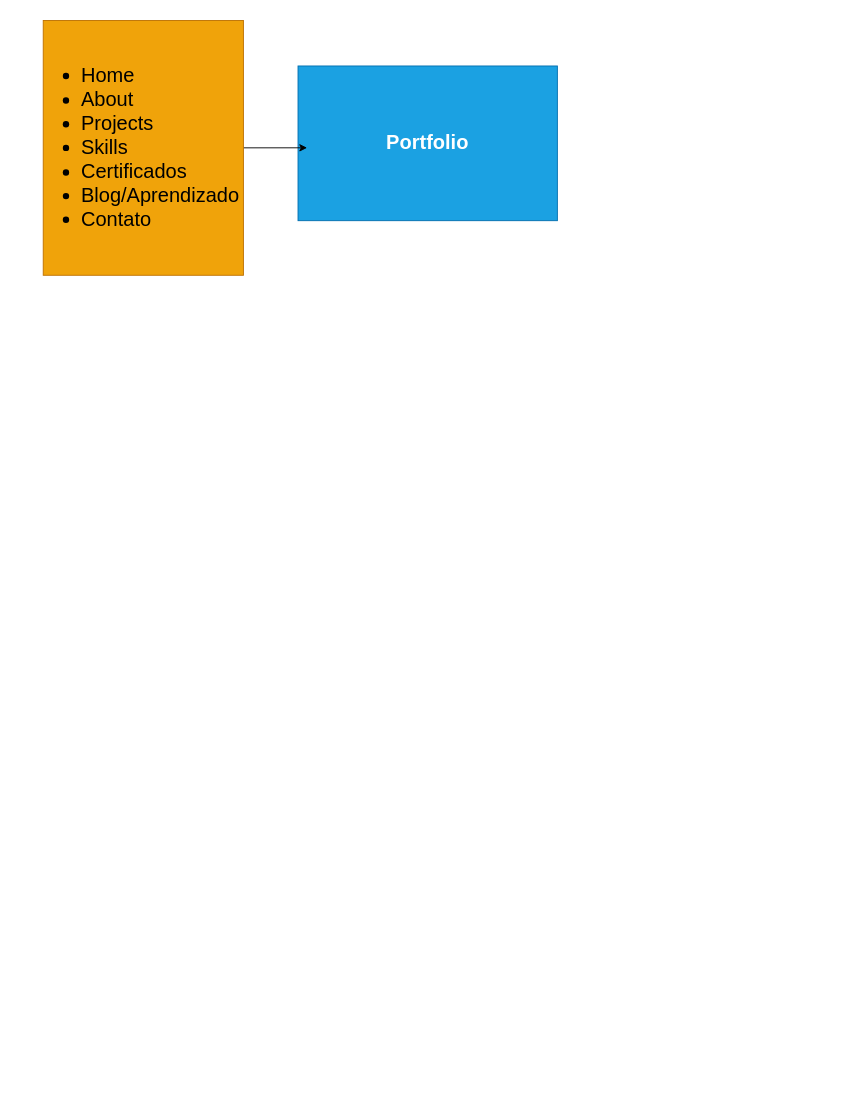
Above: LandingPage/mapa.drawio in Eduardo-Alves-0/Portf-lio (draw.io), before the change. Source tidied: cells renumbered, new cells numbered last; positions are measured from the earlier drawing's top-left corner, leaving out a move shared by most shapes. Both pictures are drawn from the tidied source at 91%, with x=0, y=0 at pixel (43, 20).
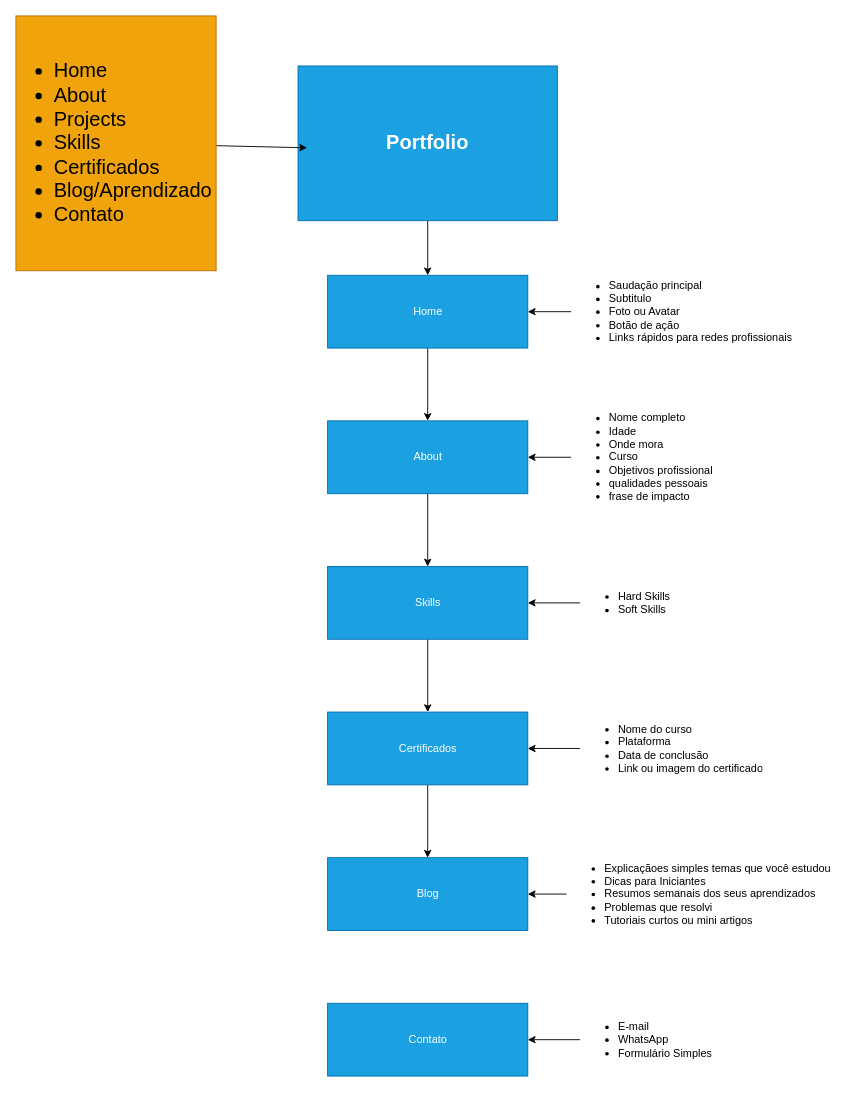
The same diagram, later.

Commit message:
Atualização do mapa mental

The change refers to these unchanged cells:
```xml
<mxCell id="2" value="&lt;font size=&quot;1&quot; style=&quot;&quot;&gt;&lt;b style=&quot;font-size: 22px;&quot;&gt;Portfolio&lt;/b&gt;&lt;/font&gt;" style="rounded=0;whiteSpace=wrap;html=1;fillColor=#1ba1e2;fontColor=#ffffff;strokeColor=#006EAF;" parent="1" vertex="1">
  <mxGeometry x="280" y="50" width="285" height="170" as="geometry" />
</mxCell>
```

The edit, as a diff of the source:
```diff
@@
+    <mxCell id="5" style="edgeStyle=none;html=1;" parent="1" edge="1" source="2" target="7">
+      <mxGeometry relative="1" as="geometry" />
+    </mxCell>
@@
     <mxCell id="4" value="&lt;ul&gt;&lt;li&gt;Home&lt;/li&gt;&lt;li&gt;About&lt;/li&gt;&lt;li&gt;Projects&lt;/li&gt;&lt;li&gt;Skills&lt;/li&gt;&lt;li&gt;Certificados&lt;/li&gt;&lt;li&gt;Blog/Aprendizado&lt;/li&gt;&lt;li&gt;Contato&lt;/li&gt;&lt;/ul&gt;" style="text;strokeColor=#BD7000;fillColor=#f0a30a;html=1;whiteSpace=wrap;verticalAlign=middle;overflow=hidden;fontSize=22;fontColor=#000000;" parent="1" vertex="1">
-      <mxGeometry width="220" height="280" as="geometry" />
+      <mxGeometry x="-30" y="-5" width="220" height="280" as="geometry" />
     </mxCell>
+    <mxCell id="6" style="edgeStyle=none;html=1;" parent="1" edge="1" source="7" target="11">
+      <mxGeometry relative="1" as="geometry" />
+    </mxCell>
+    <mxCell id="7" value="Home" style="rounded=0;whiteSpace=wrap;html=1;fillColor=#1ba1e2;fontColor=#ffffff;strokeColor=#006EAF;" parent="1" vertex="1">
+      <mxGeometry x="312.5" y="280" width="220" height="80" as="geometry" />
+    </mxCell>
+    <mxCell id="8" style="edgeStyle=none;html=1;entryX=1;entryY=0.5;entryDx=0;entryDy=0;" parent="1" edge="1" source="9" target="7">
+      <mxGeometry relative="1" as="geometry" />
+    </mxCell>
+    <mxCell id="9" value="&lt;ul&gt;&lt;li&gt;Saudação principal&lt;/li&gt;&lt;li&gt;Subtitulo&lt;/li&gt;&lt;li&gt;Foto ou Avatar&lt;/li&gt;&lt;li&gt;Botão de ação&lt;/li&gt;&lt;li&gt;Links rápidos para redes profissionais&lt;/li&gt;&lt;/ul&gt;" style="text;strokeColor=none;fillColor=none;html=1;whiteSpace=wrap;verticalAlign=middle;overflow=hidden;" parent="1" vertex="1">
+      <mxGeometry x="580" y="255" width="250" height="130" as="geometry" />
+    </mxCell>
+    <mxCell id="10" style="edgeStyle=none;html=1;" parent="1" edge="1" source="11" target="15">
+      <mxGeometry relative="1" as="geometry" />
+    </mxCell>
+    <mxCell id="11" value="About" style="rounded=0;whiteSpace=wrap;html=1;fillColor=#1ba1e2;fontColor=#ffffff;strokeColor=#006EAF;" parent="1" vertex="1">
+      <mxGeometry x="312.5" y="440" width="220" height="80" as="geometry" />
+    </mxCell>
+    <mxCell id="12" style="edgeStyle=none;html=1;entryX=1;entryY=0.5;entryDx=0;entryDy=0;" parent="1" edge="1" source="13" target="11">
+      <mxGeometry relative="1" as="geometry" />
+    </mxCell>
+    <mxCell id="13" value="&lt;ul&gt;&lt;li&gt;Nome completo&lt;/li&gt;&lt;li&gt;Idade&lt;/li&gt;&lt;li&gt;Onde mora&lt;/li&gt;&lt;li&gt;Curso&lt;/li&gt;&lt;li&gt;Objetivos profissional&amp;nbsp;&lt;/li&gt;&lt;li&gt;qualidades pessoais&lt;/li&gt;&lt;li&gt;frase de impacto&lt;/li&gt;&lt;/ul&gt;" style="text;strokeColor=none;fillColor=none;html=1;whiteSpace=wrap;verticalAlign=middle;overflow=hidden;" parent="1" vertex="1">
+      <mxGeometry x="580" y="400" width="280" height="160" as="geometry" />
+    </mxCell>
+    <mxCell id="14" style="edgeStyle=none;html=1;" parent="1" edge="1" source="15" target="19">
+      <mxGeometry relative="1" as="geometry" />
+    </mxCell>
+    <mxCell id="15" value="Skills" style="rounded=0;whiteSpace=wrap;html=1;fillColor=#1ba1e2;fontColor=#ffffff;strokeColor=#006EAF;" parent="1" vertex="1">
+      <mxGeometry x="312.5" y="600" width="220" height="80" as="geometry" />
+    </mxCell>
+    <mxCell id="16" style="edgeStyle=none;html=1;entryX=1;entryY=0.5;entryDx=0;entryDy=0;" parent="1" edge="1" source="17" target="15">
+      <mxGeometry relative="1" as="geometry" />
+    </mxCell>
+    <mxCell id="17" value="&lt;ul&gt;&lt;li&gt;Hard Skills&lt;/li&gt;&lt;li&gt;Soft Skills&lt;/li&gt;&lt;/ul&gt;" style="text;strokeColor=none;fillColor=none;html=1;whiteSpace=wrap;verticalAlign=middle;overflow=hidden;" parent="1" vertex="1">
+      <mxGeometry x="590" y="600" width="100" height="80" as="geometry" />
+    </mxCell>
+    <mxCell id="18" style="edgeStyle=none;html=1;" parent="1" edge="1" source="19" target="22">
+      <mxGeometry relative="1" as="geometry" />
+    </mxCell>
+    <mxCell id="19" value="Certificados" style="rounded=0;whiteSpace=wrap;html=1;fillColor=#1ba1e2;fontColor=#ffffff;strokeColor=#006EAF;" parent="1" vertex="1">
+      <mxGeometry x="312.5" y="760" width="220" height="80" as="geometry" />
+    </mxCell>
+    <mxCell id="20" style="edgeStyle=none;html=1;entryX=1;entryY=0.5;entryDx=0;entryDy=0;" parent="1" edge="1" source="21" target="19">
+      <mxGeometry relative="1" as="geometry" />
+    </mxCell>
+    <mxCell id="21" value="&lt;ul&gt;&lt;li&gt;Nome do curso&lt;/li&gt;&lt;li&gt;Plataforma&lt;/li&gt;&lt;li&gt;Data de conclusão&lt;/li&gt;&lt;li&gt;Link ou imagem do certificado&lt;/li&gt;&lt;/ul&gt;" style="text;strokeColor=none;fillColor=none;html=1;whiteSpace=wrap;verticalAlign=middle;overflow=hidden;" parent="1" vertex="1">
+      <mxGeometry x="590" y="735" width="230" height="130" as="geometry" />
+    </mxCell>
+    <mxCell id="22" value="Blog" style="rounded=0;whiteSpace=wrap;html=1;fillColor=#1ba1e2;fontColor=#ffffff;strokeColor=#006EAF;" parent="1" vertex="1">
+      <mxGeometry x="312.5" y="920" width="220" height="80" as="geometry" />
+    </mxCell>
+    <mxCell id="23" style="edgeStyle=none;html=1;" parent="1" edge="1" source="24" target="22">
+      <mxGeometry relative="1" as="geometry" />
+    </mxCell>
+    <mxCell id="24" value="&lt;ul&gt;&lt;li&gt;Explicaçãoes simples temas que você estudou&lt;/li&gt;&lt;li&gt;Dicas para Iniciantes&lt;/li&gt;&lt;li&gt;Resumos semanais dos seus aprendizados&lt;/li&gt;&lt;li&gt;Problemas que resolvi&amp;nbsp;&lt;/li&gt;&lt;li&gt;Tutoriais curtos ou mini artigos&amp;nbsp;&lt;/li&gt;&lt;/ul&gt;" style="text;strokeColor=none;fillColor=none;html=1;whiteSpace=wrap;verticalAlign=middle;overflow=hidden;" parent="1" vertex="1">
+      <mxGeometry x="575" y="880" width="305" height="160" as="geometry" />
+    </mxCell>
+    <mxCell id="25" value="Contato" style="rounded=0;whiteSpace=wrap;html=1;fillColor=#1ba1e2;fontColor=#ffffff;strokeColor=#006EAF;" parent="1" vertex="1">
+      <mxGeometry x="312.5" y="1080" width="220" height="80" as="geometry" />
+    </mxCell>
+    <mxCell id="26" style="edgeStyle=none;html=1;entryX=1;entryY=0.5;entryDx=0;entryDy=0;" parent="1" edge="1" source="27" target="25">
+      <mxGeometry relative="1" as="geometry" />
+    </mxCell>
+    <mxCell id="27" value="&lt;ul&gt;&lt;li&gt;E-mail&lt;/li&gt;&lt;li&gt;WhatsApp&lt;/li&gt;&lt;li&gt;Formulário Simples&lt;/li&gt;&lt;/ul&gt;" style="text;strokeColor=none;fillColor=none;html=1;whiteSpace=wrap;verticalAlign=middle;overflow=hidden;" parent="1" vertex="1">
+      <mxGeometry x="590" y="1070" width="160" height="100" as="geometry" />
+    </mxCell>
```
